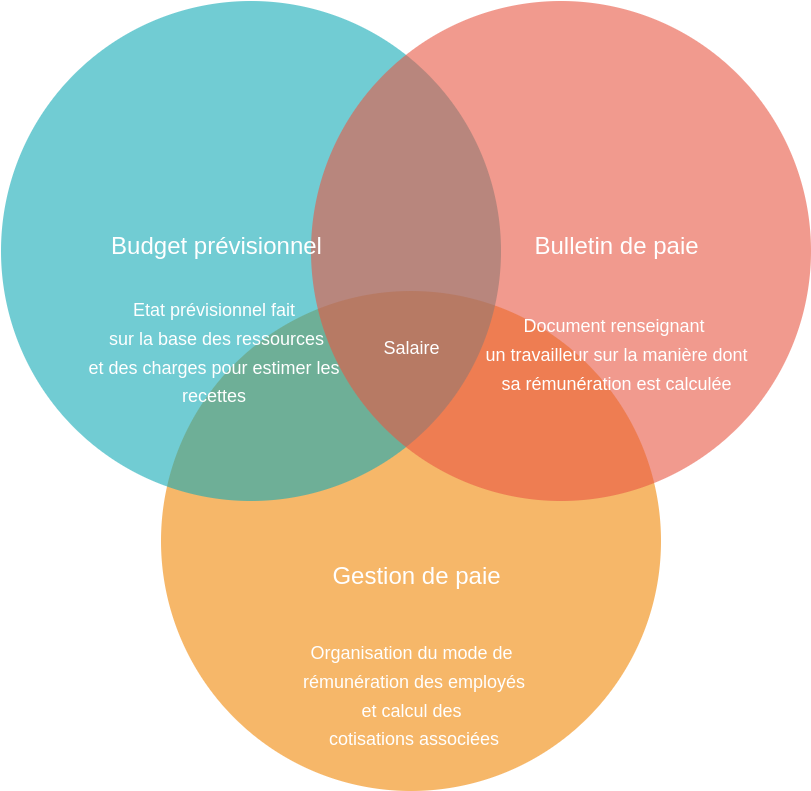
This is resources/diagrams/venn_concepts.drawio.png from Pericles001/oprs_payroll_system, a draw.io export, as it was before one commit. Source tidied: cells renumbered, new cells last; positions are measured from the earlier drawing's top-left corner, leaving out a move shared by most shapes.
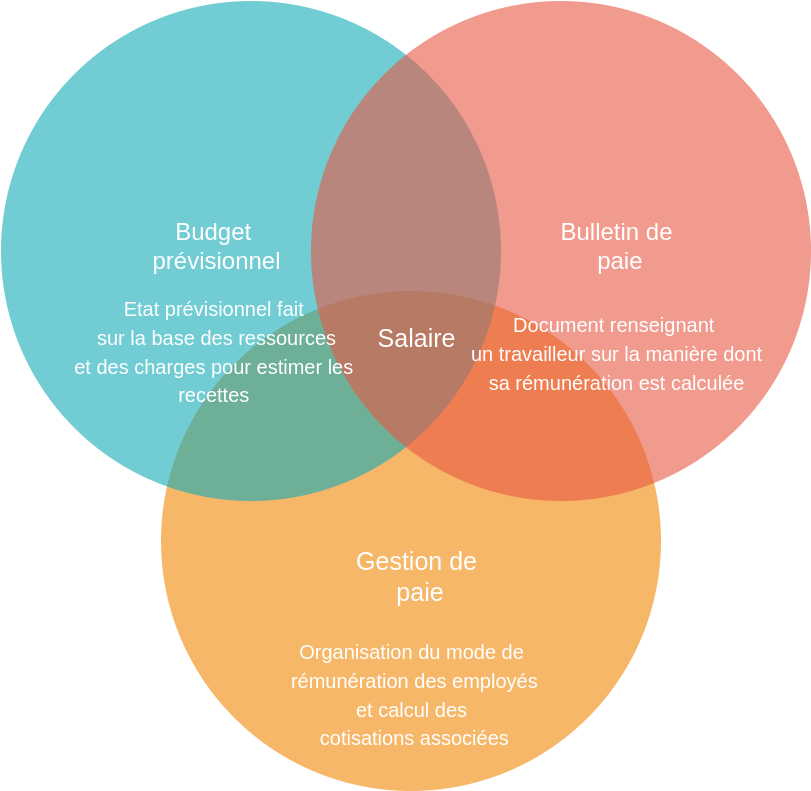
The same file after the commit.

The edit, as a diff of the source:
```diff
@@ -11,25 +11,25 @@
     <mxCell id="4" style="ellipse;fillColor=#e85642;opacity=60;strokeColor=none;html=1;fontColor=#FFFFFF;" parent="1" vertex="1">
       <mxGeometry x="309.5" y="0.5" width="500" height="500" as="geometry" />
     </mxCell>
-    <mxCell id="5" value="Budget prévisionnel" style="text;fontSize=24;align=center;verticalAlign=middle;html=1;fontColor=#FFFFFF;" parent="1" vertex="1">
+    <mxCell id="5" value="Budget &lt;br&gt;prévisionnel" style="text;fontSize=24;align=center;verticalAlign=middle;html=1;fontColor=#FFFFFF;" parent="1" vertex="1">
       <mxGeometry x="119.5" y="210.5" width="190" height="70" as="geometry" />
     </mxCell>
-    <mxCell id="6" value="Bulletin de paie" style="text;fontSize=24;align=center;verticalAlign=middle;html=1;fontColor=#FFFFFF;" parent="1" vertex="1">
+    <mxCell id="6" value="Bulletin de&lt;br&gt;&amp;nbsp;paie" style="text;fontSize=24;align=center;verticalAlign=middle;html=1;fontColor=#FFFFFF;" parent="1" vertex="1">
       <mxGeometry x="519.5" y="210.5" width="190" height="70" as="geometry" />
     </mxCell>
-    <mxCell id="7" value="Gestion de paie" style="text;fontSize=24;align=center;verticalAlign=middle;html=1;fontColor=#FFFFFF;" parent="1" vertex="1">
+    <mxCell id="7" value="&lt;font style=&quot;font-size: 25px&quot;&gt;Gestion de&lt;br&gt;&amp;nbsp;paie&lt;/font&gt;" style="text;fontSize=24;align=center;verticalAlign=middle;html=1;fontColor=#FFFFFF;" parent="1" vertex="1">
       <mxGeometry x="319.5" y="540.5" width="190" height="70" as="geometry" />
     </mxCell>
-    <mxCell id="8" value="&lt;font style=&quot;font-size: 18px&quot;&gt;Salaire&lt;/font&gt;" style="text;align=center;html=1;fontColor=#FFFFFF;fontSize=16;" parent="1" vertex="1">
-      <mxGeometry x="389.5" y="330.5" width="40" height="40" as="geometry" />
+    <mxCell id="8" value="&lt;font style=&quot;font-size: 25px&quot;&gt;Salaire&lt;/font&gt;" style="text;align=center;html=1;fontColor=#FFFFFF;fontSize=16;" parent="1" vertex="1">
+      <mxGeometry x="394.5" y="315.5" width="40" height="40" as="geometry" />
     </mxCell>
-    <mxCell id="9" value="&lt;font style=&quot;font-size: 18px&quot;&gt;Organisation du mode de&lt;br&gt;&amp;nbsp;rémunération des employés&lt;br&gt;et&amp;nbsp;calcul des&lt;br&gt;&amp;nbsp;cotisations associées&lt;br&gt;&lt;/font&gt;" style="text;fontSize=24;align=center;verticalAlign=middle;html=1;fontColor=#FFFFFF;" parent="1" vertex="1">
+    <mxCell id="9" value="&lt;font style=&quot;font-size: 20px&quot;&gt;Organisation du mode de&lt;br&gt;&amp;nbsp;rémunération des employés&lt;br&gt;et&amp;nbsp;calcul des&lt;br&gt;&amp;nbsp;cotisations associées&lt;br&gt;&lt;/font&gt;" style="text;fontSize=24;align=center;verticalAlign=middle;html=1;fontColor=#FFFFFF;" parent="1" vertex="1">
       <mxGeometry x="314.2" y="642" width="190.5" height="104" as="geometry" />
     </mxCell>
-    <mxCell id="10" value="&lt;span style=&quot;font-size: 18px&quot;&gt;Etat prévisionnel fait&amp;nbsp;&lt;br&gt;sur la base des ressources&lt;br&gt;et des charges pour estimer les&amp;nbsp;&lt;br&gt;recettes&amp;nbsp;&lt;br&gt;&lt;/span&gt;" style="text;fontSize=24;align=center;verticalAlign=middle;html=1;fontColor=#FFFFFF;" parent="1" vertex="1">
+    <mxCell id="10" value="&lt;span style=&quot;font-size: 20px&quot;&gt;Etat prévisionnel fait&amp;nbsp;&lt;br&gt;sur la base des ressources&lt;br&gt;et des charges pour estimer les&amp;nbsp;&lt;br&gt;recettes&amp;nbsp;&lt;br&gt;&lt;/span&gt;" style="text;fontSize=24;align=center;verticalAlign=middle;html=1;fontColor=#FFFFFF;" parent="1" vertex="1">
       <mxGeometry x="119.5" y="315.5" width="190" height="70" as="geometry" />
     </mxCell>
-    <mxCell id="11" value="&lt;font style=&quot;font-size: 18px&quot;&gt;Document renseignant &lt;br&gt;un travailleur sur la manière dont&lt;br&gt;sa rémunération est calculée&lt;br&gt;&lt;br&gt;&lt;/font&gt;" style="text;fontSize=24;align=center;verticalAlign=middle;html=1;fontColor=#FFFFFF;" parent="1" vertex="1">
+    <mxCell id="11" value="&lt;font style=&quot;font-size: 20px&quot;&gt;Document renseignant &lt;br&gt;un travailleur sur la manière dont&lt;br&gt;sa rémunération est calculée&lt;br&gt;&lt;br&gt;&lt;/font&gt;" style="text;fontSize=24;align=center;verticalAlign=middle;html=1;fontColor=#FFFFFF;" parent="1" vertex="1">
       <mxGeometry x="519.5" y="332" width="190" height="70" as="geometry" />
     </mxCell>
   </root>
```
